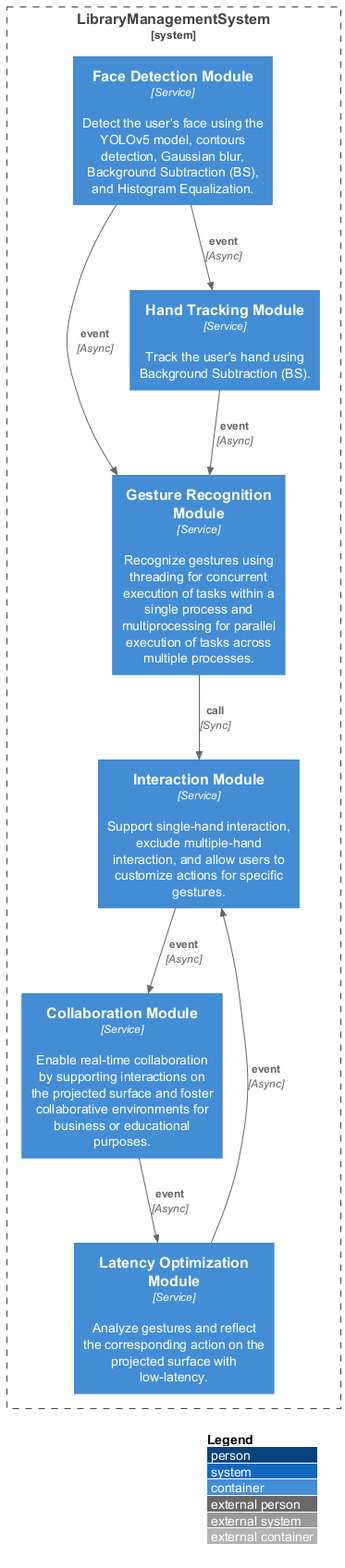
The PlantUML diagram data/outputs/architecture_c4.png in hanaAbdelwahab/GPARCHIMIND, before a commit.
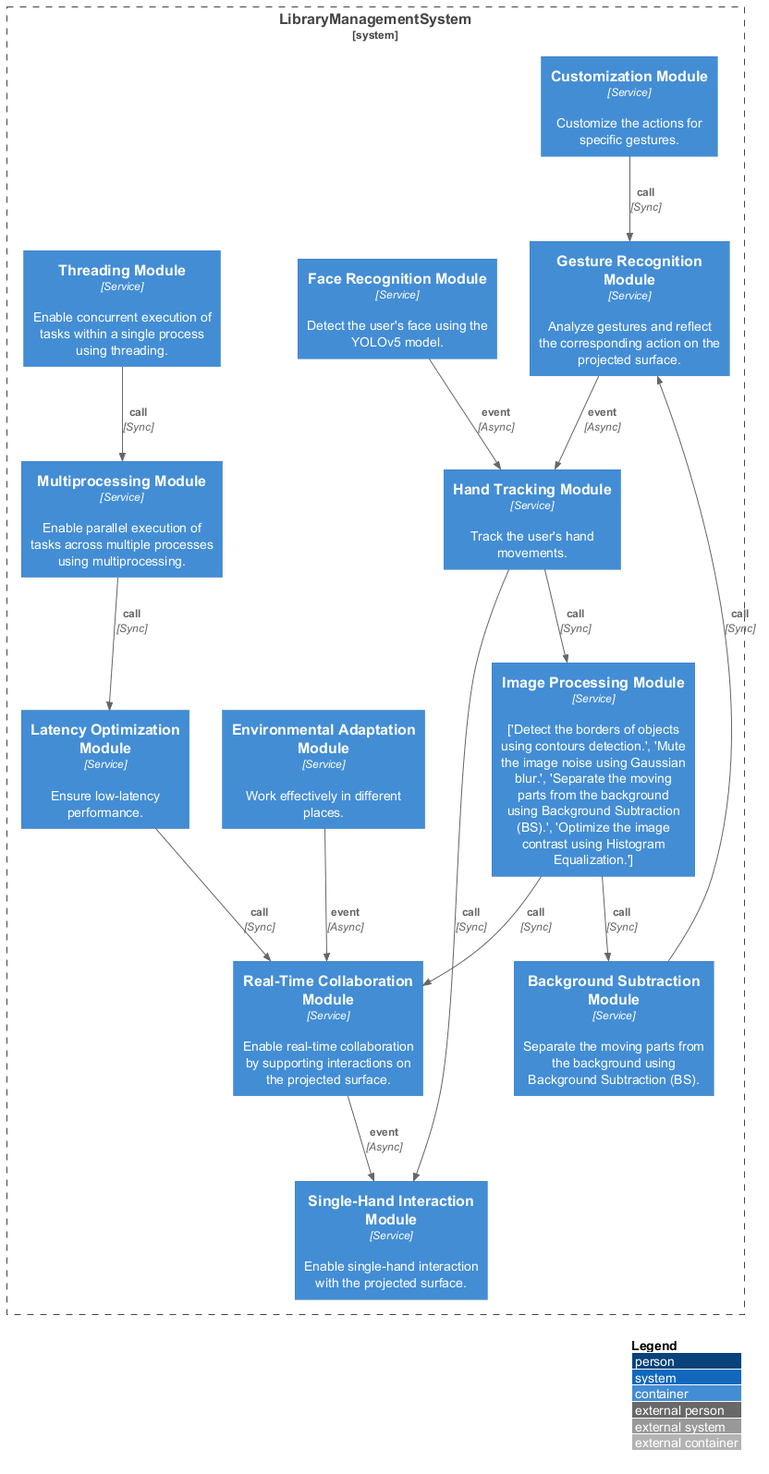
The same file after the commit.

Change to the diagram source:
```diff
@@ -2,18 +2,30 @@
 !include https://raw.githubusercontent.com/plantuml-stdlib/C4-PlantUML/master/C4_Container.puml
 LAYOUT_WITH_LEGEND()
 System_Boundary(LibraryManagementSystem, "LibraryManagementSystem") {
-  Container(FaceDetectionModule, "Face Detection Module", "Service", "Detect the user's face using the YOLOv5 model, contours detection, Gaussian blur, Background Subtraction (BS), and Histogram Equalization.")
-  Container(GestureRecognitionModule, "Gesture Recognition Module", "Service", "Recognize gestures using threading for concurrent execution of tasks within a single process and multiprocessing for parallel execution of tasks across multiple processes.")
-  Container(HandTrackingModule, "Hand Tracking Module", "Service", "Track the user's hand using Background Subtraction (BS).")
-  Container(InteractionModule, "Interaction Module", "Service", "Support single-hand interaction, exclude multiple-hand interaction, and allow users to customize actions for specific gestures.")
-  Container(CollaborationModule, "Collaboration Module", "Service", "Enable real-time collaboration by supporting interactions on the projected surface and foster collaborative environments for business or educational purposes.")
-  Container(LatencyOptimizationModule, "Latency Optimization Module", "Service", "Analyze gestures and reflect the corresponding action on the projected surface with low-latency.")
+  Container(GestureRecognitionModule, "Gesture Recognition Module", "Service", "Analyze gestures and reflect the corresponding action on the projected surface.")
+  Container(FaceRecognitionModule, "Face Recognition Module", "Service", "Detect the user's face using the YOLOv5 model.")
+  Container(HandTrackingModule, "Hand Tracking Module", "Service", "Track the user's hand movements.")
+  Container(SingleHandInteractionModule, "Single-Hand Interaction Module", "Service", "Enable single-hand interaction with the projected surface.")
+  Container(CustomizationModule, "Customization Module", "Service", "Customize the actions for specific gestures.")
+  Container(RealTimeCollaborationModule, "Real-Time Collaboration Module", "Service", "Enable real-time collaboration by supporting interactions on the projected surface.")
+  Container(ImageProcessingModule, "Image Processing Module", "Service", "['Detect the borders of objects using contours detection.', 'Mute the image noise using Gaussian blur.', 'Separate the moving parts from the background using Background Subtraction (BS).', 'Optimize the image contrast using Histogram Equalization.']")
+  Container(BackgroundSubtractionModule, "Background Subtraction Module", "Service", "Separate the moving parts from the background using Background Subtraction (BS).")
+  Container(ThreadingModule, "Threading Module", "Service", "Enable concurrent execution of tasks within a single process using threading.")
+  Container(MultiprocessingModule, "Multiprocessing Module", "Service", "Enable parallel execution of tasks across multiple processes using multiprocessing.")
+  Container(LatencyOptimizationModule, "Latency Optimization Module", "Service", "Ensure low-latency performance.")
+  Container(EnvironmentalAdaptationModule, "Environmental Adaptation Module", "Service", "Work effectively in different places.")
 }
-Rel(FaceDetectionModule, HandTrackingModule, "event", "Async")
-Rel(HandTrackingModule, GestureRecognitionModule, "event", "Async")
-Rel(GestureRecognitionModule, InteractionModule, "call", "Sync")
-Rel(InteractionModule, CollaborationModule, "event", "Async")
-Rel(CollaborationModule, LatencyOptimizationModule, "event", "Async")
-Rel(LatencyOptimizationModule, InteractionModule, "event", "Async")
-Rel(FaceDetectionModule, GestureRecognitionModule, "event", "Async")
+Rel(GestureRecognitionModule, HandTrackingModule, "event", "Async")
+Rel(HandTrackingModule, SingleHandInteractionModule, "call", "Sync")
+Rel(FaceRecognitionModule, HandTrackingModule, "event", "Async")
+Rel(HandTrackingModule, ImageProcessingModule, "call", "Sync")
+Rel(ImageProcessingModule, BackgroundSubtractionModule, "call", "Sync")
+Rel(BackgroundSubtractionModule, GestureRecognitionModule, "call", "Sync")
+Rel(CustomizationModule, GestureRecognitionModule, "call", "Sync")
+Rel(RealTimeCollaborationModule, SingleHandInteractionModule, "event", "Async")
+Rel(ImageProcessingModule, RealTimeCollaborationModule, "call", "Sync")
+Rel(ThreadingModule, MultiprocessingModule, "call", "Sync")
+Rel(MultiprocessingModule, LatencyOptimizationModule, "call", "Sync")
+Rel(LatencyOptimizationModule, RealTimeCollaborationModule, "call", "Sync")
+Rel(EnvironmentalAdaptationModule, RealTimeCollaborationModule, "event", "Async")
 @enduml
```
